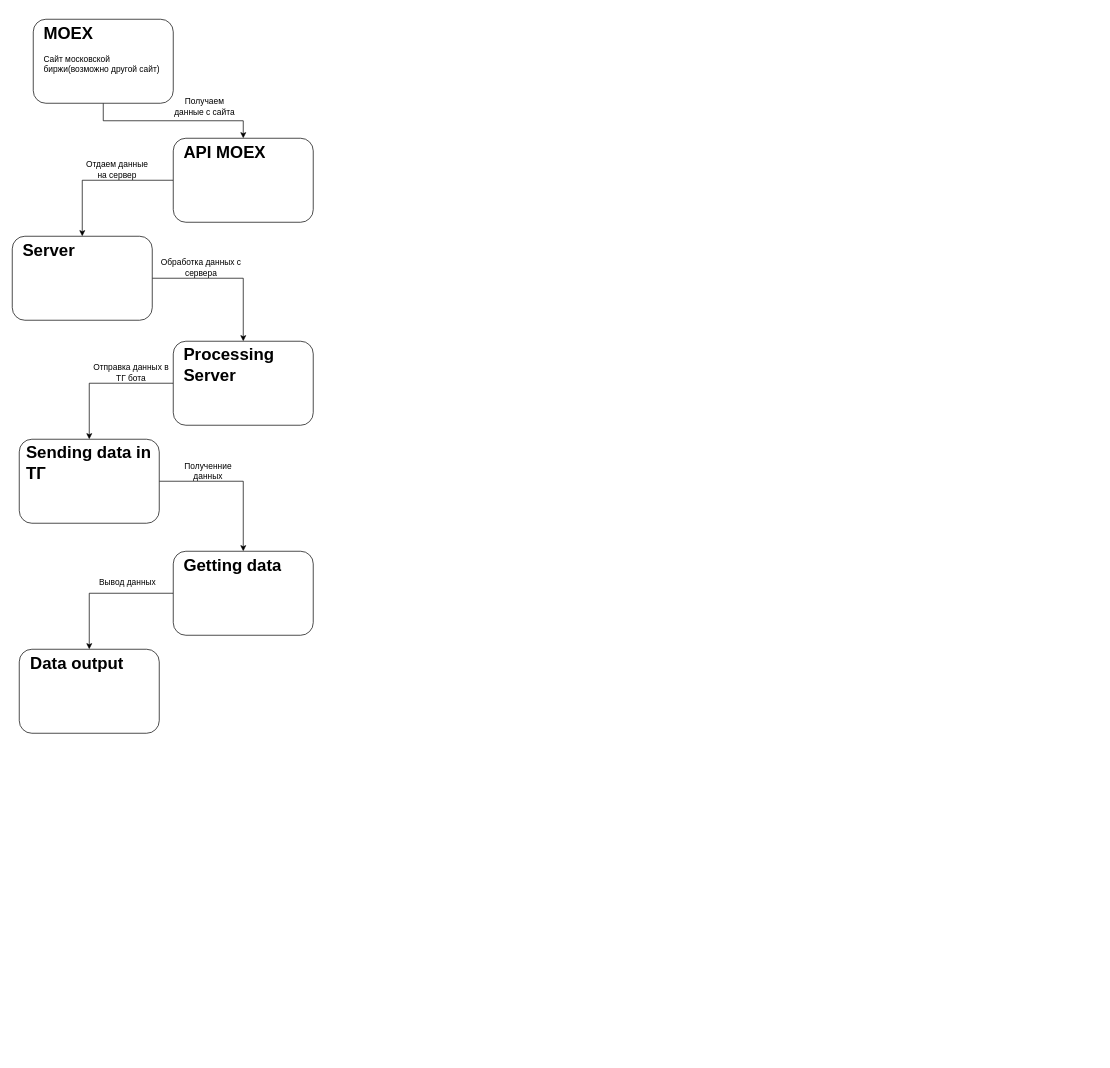
MaksParkin2k04/InvestBot keeps this draw.io diagram as Getting_Server.drawio. Above is the earlier version. Source tidied: cells renumbered, new cells numbered last; positions are measured from the earlier drawing's top-left corner, leaving out a move shared by most shapes. Both pictures are drawn from the tidied source at 70%, with x=0, y=0 at pixel (12, 19).
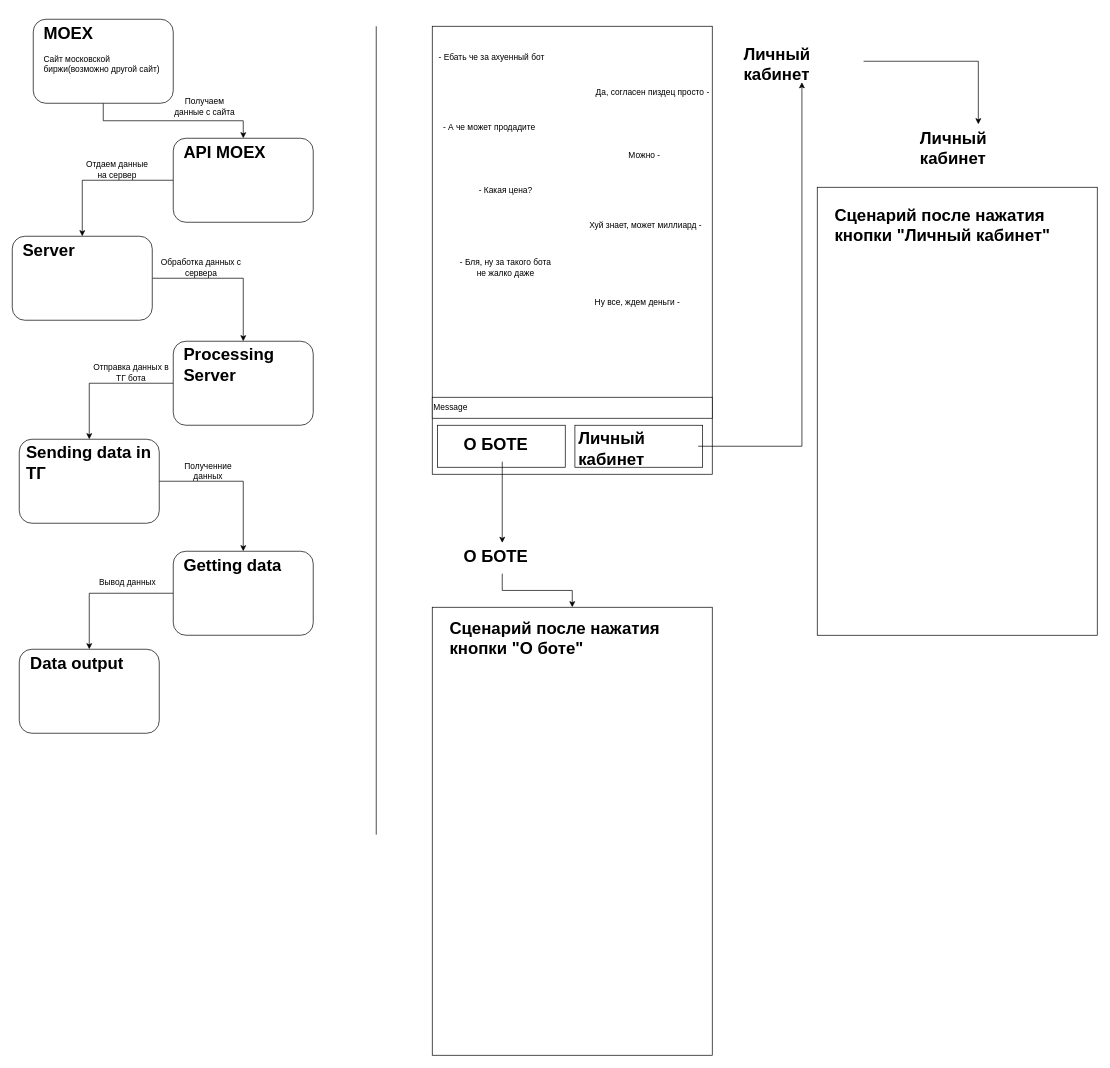
After the change.

The edit, as a diff of the source:
```diff
@@
+    <mxCell id="28" style="endArrow=none;html=1;rounded=0;" parent="1" edge="1">
+      <mxGeometry relative="1" as="geometry">
+        <mxPoint x="520" y="1164.8" as="sourcePoint" />
+        <mxPoint x="520" y="10" as="targetPoint" />
+      </mxGeometry>
+    </mxCell>
+    <mxCell id="29" style="rounded=0;whiteSpace=wrap;html=1;" parent="1" vertex="1">
+      <mxGeometry x="600" y="10" width="400" height="640" as="geometry" />
+    </mxCell>
+    <mxCell id="30" value="Message" style="rounded=0;whiteSpace=wrap;html=1;align=left;" parent="1" vertex="1">
+      <mxGeometry x="600" y="540" width="400" height="30" as="geometry" />
+    </mxCell>
+    <mxCell id="31" value="- Ебать че за ахуенный бот" style="text;html=1;strokeColor=none;fillColor=none;align=center;verticalAlign=middle;whiteSpace=wrap;rounded=0;" parent="1" vertex="1">
+      <mxGeometry x="600" y="30" width="170" height="50" as="geometry" />
+    </mxCell>
+    <mxCell id="32" value="Да, согласен пиздец просто -" style="text;html=1;strokeColor=none;fillColor=none;align=center;verticalAlign=middle;whiteSpace=wrap;rounded=0;" parent="1" vertex="1">
+      <mxGeometry x="830" y="80" width="170" height="50" as="geometry" />
+    </mxCell>
+    <mxCell id="33" value="&amp;nbsp;- А че может продадите" style="text;html=1;strokeColor=none;fillColor=none;align=center;verticalAlign=middle;whiteSpace=wrap;rounded=0;" parent="1" vertex="1">
+      <mxGeometry x="600" y="130" width="160" height="50" as="geometry" />
+    </mxCell>
+    <mxCell id="34" value="Можно -&amp;nbsp;" style="text;html=1;strokeColor=none;fillColor=none;align=center;verticalAlign=middle;whiteSpace=wrap;rounded=0;" parent="1" vertex="1">
+      <mxGeometry x="820" y="170" width="170" height="50" as="geometry" />
+    </mxCell>
+    <mxCell id="35" value="- Какая цена?" style="text;html=1;strokeColor=none;fillColor=none;align=center;verticalAlign=middle;whiteSpace=wrap;rounded=0;" parent="1" vertex="1">
+      <mxGeometry x="620" y="220" width="170" height="50" as="geometry" />
+    </mxCell>
+    <mxCell id="36" value="Хуй знает, может миллиард -" style="text;html=1;strokeColor=none;fillColor=none;align=center;verticalAlign=middle;whiteSpace=wrap;rounded=0;" parent="1" vertex="1">
+      <mxGeometry x="820" y="270" width="170" height="50" as="geometry" />
+    </mxCell>
+    <mxCell id="37" value="- Бля, ну за такого бота&lt;br&gt;не жалко даже" style="text;html=1;strokeColor=none;fillColor=none;align=center;verticalAlign=middle;whiteSpace=wrap;rounded=0;" parent="1" vertex="1">
+      <mxGeometry x="620" y="330" width="170" height="50" as="geometry" />
+    </mxCell>
+    <mxCell id="38" value="Ну все, ждем деньги -&amp;nbsp;" style="text;html=1;strokeColor=none;fillColor=none;align=center;verticalAlign=middle;whiteSpace=wrap;rounded=0;" parent="1" vertex="1">
+      <mxGeometry x="810" y="380" width="170" height="50" as="geometry" />
+    </mxCell>
+    <mxCell id="39" style="rounded=0;whiteSpace=wrap;html=1;" parent="1" vertex="1">
+      <mxGeometry x="607.5" y="580" width="182.5" height="60" as="geometry" />
+    </mxCell>
+    <mxCell id="40" style="edgeStyle=orthogonalEdgeStyle;rounded=0;jettySize=auto;html=1;" parent="1" edge="1" source="41" target="51">
+      <mxGeometry relative="1" as="geometry" />
+    </mxCell>
+    <mxCell id="41" value="&lt;h1&gt;О БОТЕ&lt;/h1&gt;" style="text;html=1;strokeColor=none;fillColor=none;spacing=5;spacingTop=-20;whiteSpace=wrap;overflow=hidden;rounded=0;" parent="1" vertex="1">
+      <mxGeometry x="640" y="588" width="120" height="44" as="geometry" />
+    </mxCell>
+    <mxCell id="42" style="rounded=0;whiteSpace=wrap;html=1;" parent="1" vertex="1">
+      <mxGeometry x="803.8" y="580" width="182.5" height="60" as="geometry" />
+    </mxCell>
+    <mxCell id="43" style="edgeStyle=orthogonalEdgeStyle;rounded=0;jettySize=auto;html=1;" parent="1" edge="1" source="44" target="46">
+      <mxGeometry relative="1" as="geometry" />
+    </mxCell>
+    <mxCell id="44" value="&lt;h1&gt;Личный кабинет&lt;/h1&gt;" style="text;html=1;strokeColor=none;fillColor=none;spacing=5;spacingTop=-20;whiteSpace=wrap;overflow=hidden;rounded=0;" parent="1" vertex="1">
+      <mxGeometry x="803.8" y="580" width="176.2" height="60" as="geometry" />
+    </mxCell>
+    <mxCell id="45" style="edgeStyle=orthogonalEdgeStyle;rounded=0;jettySize=auto;html=1;" parent="1" edge="1" source="46" target="48">
+      <mxGeometry relative="1" as="geometry" />
+    </mxCell>
+    <mxCell id="46" value="&lt;h1&gt;Личный кабинет&lt;/h1&gt;" style="text;html=1;strokeColor=none;fillColor=none;spacing=5;spacingTop=-20;whiteSpace=wrap;overflow=hidden;rounded=0;" parent="1" vertex="1">
+      <mxGeometry x="1040" y="30" width="176.2" height="60" as="geometry" />
+    </mxCell>
+    <mxCell id="47" style="rounded=0;whiteSpace=wrap;html=1;" parent="1" vertex="1">
+      <mxGeometry x="1150" y="240" width="400" height="640" as="geometry" />
+    </mxCell>
+    <mxCell id="48" value="&lt;h1&gt;Личный кабинет&lt;/h1&gt;" style="text;html=1;strokeColor=none;fillColor=none;spacing=5;spacingTop=-20;whiteSpace=wrap;overflow=hidden;rounded=0;" parent="1" vertex="1">
+      <mxGeometry x="1292" y="150" width="176.2" height="60" as="geometry" />
+    </mxCell>
+    <mxCell id="49" value="&lt;h1&gt;&lt;span style=&quot;background-color: initial;&quot;&gt;Сценарий после нажатия кнопки &quot;Личный кабинет&quot;&lt;/span&gt;&lt;/h1&gt;&lt;h1&gt;&lt;br&gt;&lt;/h1&gt;" style="text;html=1;strokeColor=none;fillColor=none;spacing=5;spacingTop=-20;whiteSpace=wrap;overflow=hidden;rounded=0;" parent="1" vertex="1">
+      <mxGeometry x="1170" y="260" width="370" height="570" as="geometry" />
+    </mxCell>
+    <mxCell id="50" style="edgeStyle=orthogonalEdgeStyle;rounded=0;jettySize=auto;html=1;" parent="1" edge="1" source="51" target="52">
+      <mxGeometry relative="1" as="geometry" />
+    </mxCell>
+    <mxCell id="51" value="&lt;h1&gt;О БОТЕ&lt;/h1&gt;" style="text;html=1;strokeColor=none;fillColor=none;spacing=5;spacingTop=-20;whiteSpace=wrap;overflow=hidden;rounded=0;" parent="1" vertex="1">
+      <mxGeometry x="640" y="748" width="120" height="44" as="geometry" />
+    </mxCell>
+    <mxCell id="52" style="rounded=0;whiteSpace=wrap;html=1;" parent="1" vertex="1">
+      <mxGeometry x="600" y="840" width="400" height="640" as="geometry" />
+    </mxCell>
+    <mxCell id="53" value="&lt;h1&gt;&lt;span style=&quot;background-color: initial;&quot;&gt;Сценарий после нажатия кнопки &quot;О боте&quot;&lt;/span&gt;&lt;/h1&gt;&lt;h1&gt;&lt;br&gt;&lt;/h1&gt;" style="text;html=1;strokeColor=none;fillColor=none;spacing=5;spacingTop=-20;whiteSpace=wrap;overflow=hidden;rounded=0;" parent="1" vertex="1">
+      <mxGeometry x="620" y="850" width="370" height="570" as="geometry" />
+    </mxCell>
```
